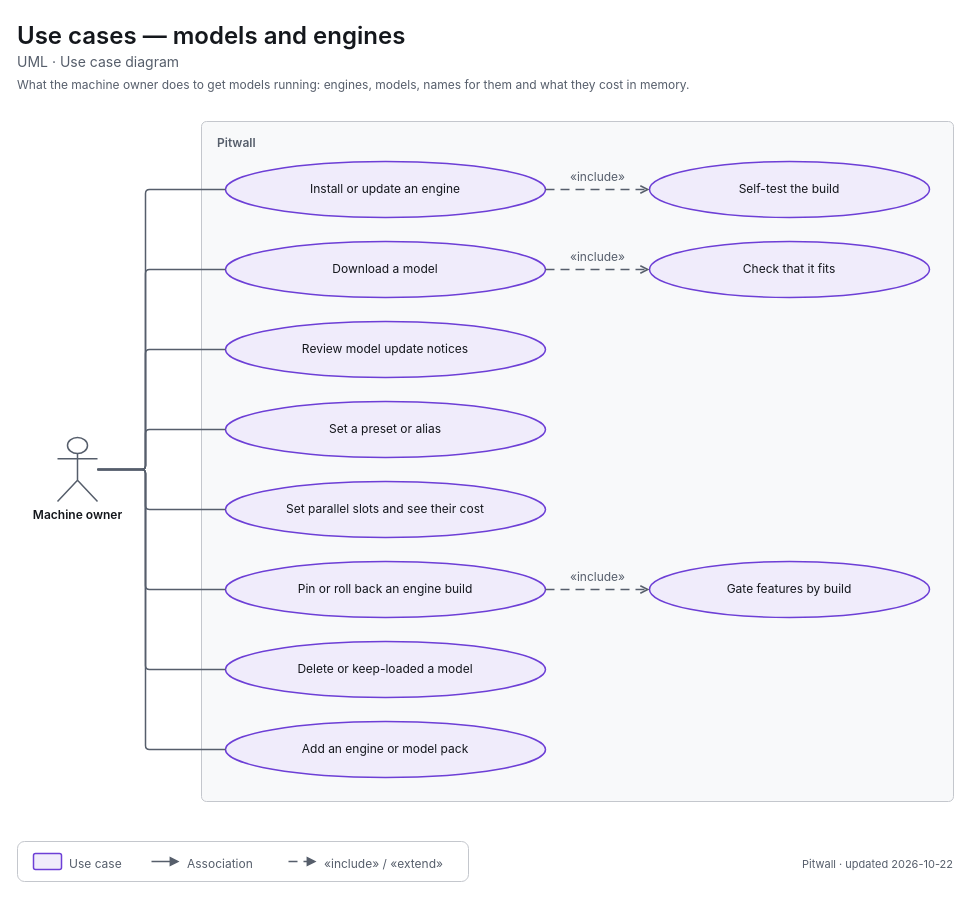
Earlier version of the draw.io diagram apps/pitwall/docs/diagrams/uml-use-cases-library.drawio (decryp7/paddock). Source tidied: cells renumbered, new cells numbered last; positions are measured from the earlier drawing's top-left corner, leaving out a move shared by most shapes. Both pictures are drawn from the tidied source at 100%, with x=0, y=0 at pixel (17, 17).
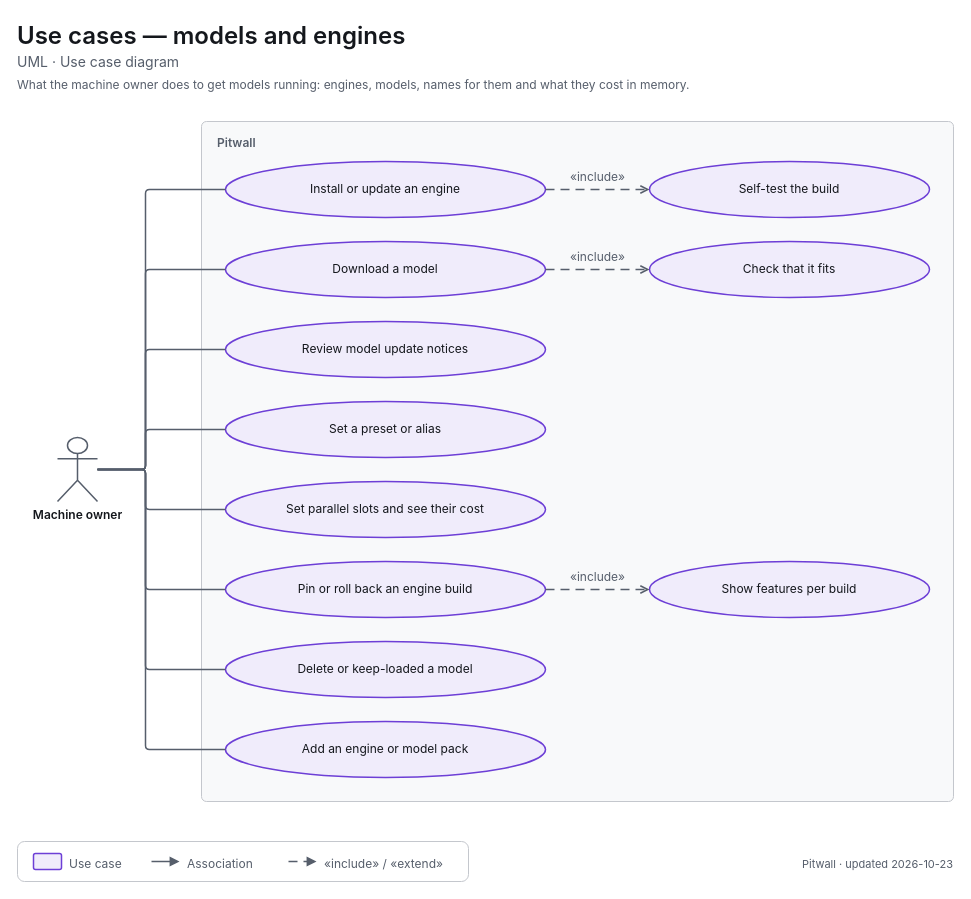
The same diagram, later.

Diff of the diagram source:
```diff
@@
-    <mxCell id="29" value="&lt;span style=&quot;font-size:12px&quot;&gt;Gate features by build&lt;/span&gt;" style="html=1;whiteSpace=wrap;fontFamily=-apple-system,BlinkMacSystemFont,Segoe UI,system-ui,sans-serif;fontSize=12;fontColor=light-dark(#14171C,#ECEEF1);ellipse;strokeWidth=1.5;strokeColor=light-dark(#6D3FD6,#A58BFA);fillColor=light-dark(#F0ECFB,#2C2A3F);align=center;verticalAlign=middle;spacingLeft=24;spacingRight=24;" parent="1" vertex="1">
+    <mxCell id="29" value="&lt;span style=&quot;font-size:12px&quot;&gt;Show features per build&lt;/span&gt;" style="html=1;whiteSpace=wrap;fontFamily=-apple-system,BlinkMacSystemFont,Segoe UI,system-ui,sans-serif;fontSize=12;fontColor=light-dark(#14171C,#ECEEF1);ellipse;strokeWidth=1.5;strokeColor=light-dark(#6D3FD6,#A58BFA);fillColor=light-dark(#F0ECFB,#2C2A3F);align=center;verticalAlign=middle;spacingLeft=24;spacingRight=24;" parent="1" vertex="1">
       <mxGeometry x="632" y="544" width="280" height="56" as="geometry" />
     </mxCell>
@@
-    <mxCell id="39" value="&lt;span style=&quot;font-size:11px;font-weight:400&quot;&gt;Pitwall · updated 2026-10-22&lt;/span&gt;" style="html=1;whiteSpace=wrap;fontFamily=-apple-system,BlinkMacSystemFont,Segoe UI,system-ui,sans-serif;fontSize=12;fontColor=light-dark(#14171C,#ECEEF1);text;strokeColor=none;fillColor=none;align=right;verticalAlign=top;spacing=0;fontColor=light-dark(#565E6B,#A0A7B2);" parent="1" vertex="1">
+    <mxCell id="39" value="&lt;span style=&quot;font-size:11px;font-weight:400&quot;&gt;Pitwall · updated 2026-10-23&lt;/span&gt;" style="html=1;whiteSpace=wrap;fontFamily=-apple-system,BlinkMacSystemFont,Segoe UI,system-ui,sans-serif;fontSize=12;fontColor=light-dark(#14171C,#ECEEF1);text;strokeColor=none;fillColor=none;align=right;verticalAlign=top;spacing=0;fontColor=light-dark(#565E6B,#A0A7B2);" parent="1" vertex="1">
       <mxGeometry x="576" y="835" width="360" height="18" as="geometry" />
     </mxCell>
```
